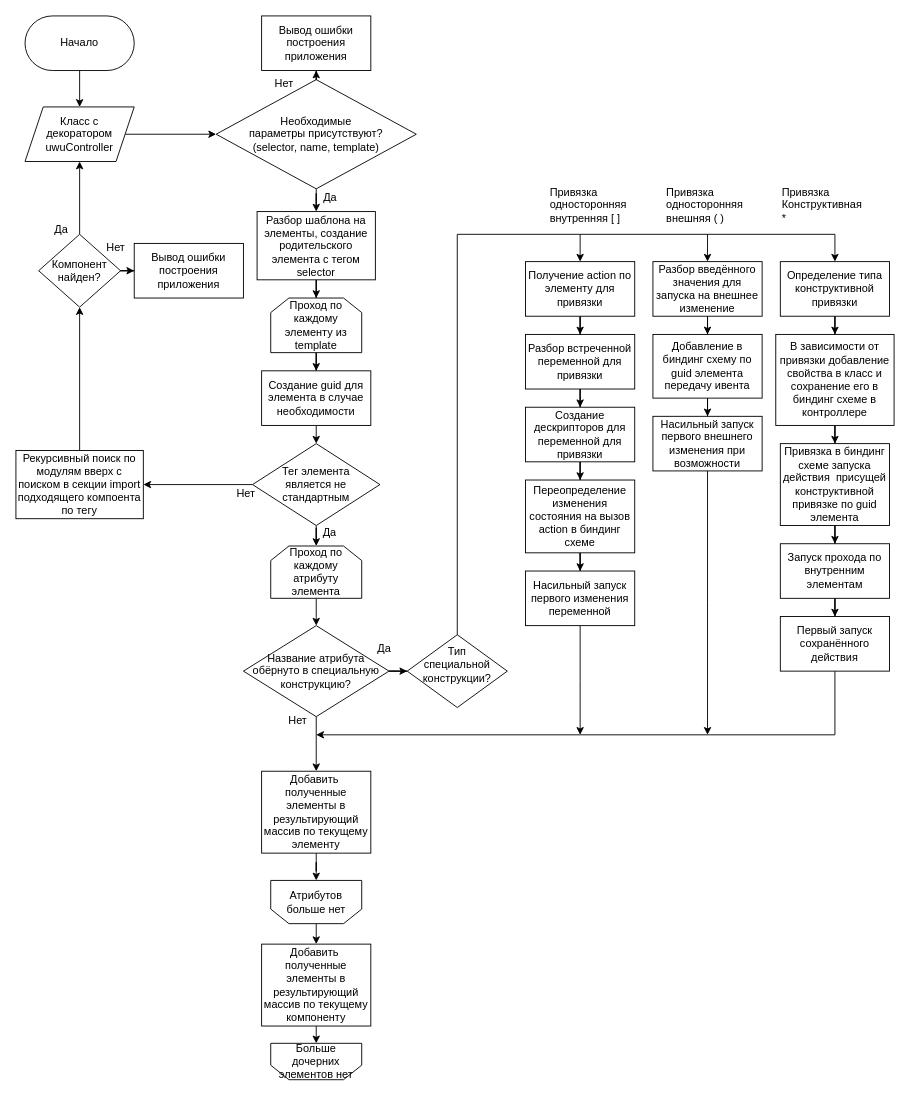
The draw.io diagram Untitled Diagram.drawio in Lykashonok/uwu, before the edit. Source tidied: cells renumbered, new cells numbered last; positions are measured from the earlier drawing's top-left corner, leaving out a move shared by most shapes. Both pictures are drawn from the tidied source at 91%, with x=0, y=0 at pixel (15, 15).
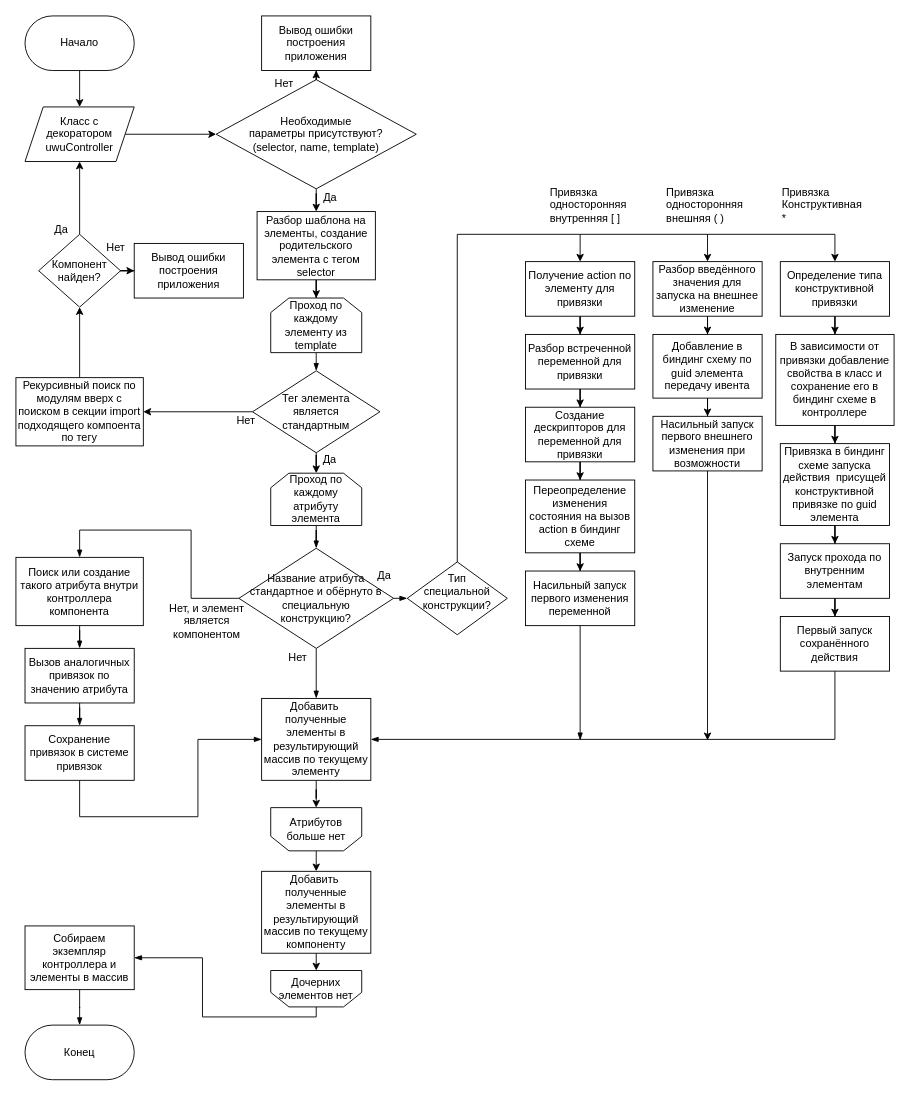
The same page after the edit.

Commit message:
Биндинг система на основе ангуляр.drawio

Unchanged cells that the change refers to:
```xml
<mxCell id="15" value="Проход по каждому элементу из template" style="shape=loopLimit;whiteSpace=wrap;html=1;" parent="1" vertex="1">
  <mxGeometry x="280" y="310" width="100" height="60" as="geometry" />
</mxCell>
<mxCell id="57" value="Первый запуск сохранённого действия" style="whiteSpace=wrap;html=1;rounded=0;" parent="1" vertex="1">
  <mxGeometry x="840" y="660" width="120" height="60" as="geometry" />
</mxCell>
<mxCell id="69" value="Насильный запуск первого изменения переменной" style="whiteSpace=wrap;html=1;rounded=0;" parent="1" vertex="1">
  <mxGeometry x="560" y="610" width="120" height="60" as="geometry" />
</mxCell>
<mxCell id="73" value="Насильный запуск первого внешнего изменения при возможности" style="whiteSpace=wrap;html=1;rounded=0;" parent="1" vertex="1">
  <mxGeometry x="700" y="440" width="120" height="60" as="geometry" />
</mxCell>
```

The edit, as a diff of the source:
```diff
@@
-    <mxCell id="14" style="edgeStyle=orthogonalEdgeStyle;rounded=0;jettySize=auto;html=1;entryX=0.5;entryY=0;entryDx=0;entryDy=0;" parent="1" edge="1" source="15" target="59">
-      <mxGeometry relative="1" as="geometry" />
-    </mxCell>
+    <mxCell id="79" style="edgeStyle=orthogonalEdgeStyle;curved=1;rounded=0;jettySize=auto;html=1;exitX=0.5;exitY=1;exitDx=0;exitDy=0;entryX=0.5;entryY=0;entryDx=0;entryDy=0;endArrow=blockThin;endFill=1;elbow=vertical;" parent="1" edge="1" source="15" target="18">
+      <mxGeometry relative="1" as="geometry" />
+    </mxCell>
@@
-    <mxCell id="18" value="&lt;div&gt;Тег элемента&lt;/div&gt;&lt;div&gt;является не стандартным&lt;/div&gt;" style="rhombus;whiteSpace=wrap;html=1;" parent="1" vertex="1">
-      <mxGeometry x="260" y="470" width="140" height="90" as="geometry" />
+    <mxCell id="18" value="&lt;div&gt;Тег элемента&lt;/div&gt;&lt;div&gt;является&lt;/div&gt;&lt;div&gt;стандартным&lt;/div&gt;" style="rhombus;whiteSpace=wrap;html=1;" parent="1" vertex="1">
+      <mxGeometry x="260" y="390" width="140" height="90" as="geometry" />
     </mxCell>
@@
     <mxCell id="20" value="Рекурсивный поиск по модулям вверх с поиском в секции import подходящего компоента по тегу" style="whiteSpace=wrap;html=1;" parent="1" vertex="1">
-      <mxGeometry y="477.5" width="140" height="75" as="geometry" />
+      <mxGeometry y="397.5" width="140" height="75" as="geometry" />
     </mxCell>
     <mxCell id="21" value="Да" style="text;html=1;strokeColor=none;fillColor=none;align=center;verticalAlign=middle;whiteSpace=wrap;rounded=0;" parent="1" vertex="1">
-      <mxGeometry x="315" y="552.5" width="60" height="30" as="geometry" />
+      <mxGeometry x="315" y="472.5" width="60" height="30" as="geometry" />
     </mxCell>
@@
     <mxCell id="28" value="Нет" style="text;html=1;strokeColor=none;fillColor=none;align=center;verticalAlign=middle;whiteSpace=wrap;rounded=0;" parent="1" vertex="1">
-      <mxGeometry x="223" y="510" width="60" height="30" as="geometry" />
+      <mxGeometry x="223" y="430" width="60" height="30" as="geometry" />
     </mxCell>
-    <mxCell id="29" style="edgeStyle=orthogonalEdgeStyle;rounded=0;jettySize=auto;html=1;" parent="1" edge="1" source="30">
-      <mxGeometry relative="1" as="geometry">
-        <mxPoint x="330" y="670" as="targetPoint" />
-      </mxGeometry>
-    </mxCell>
+    <mxCell id="80" style="edgeStyle=orthogonalEdgeStyle;rounded=0;jettySize=auto;html=1;entryX=0.5;entryY=0;entryDx=0;entryDy=0;endArrow=blockThin;endFill=1;elbow=vertical;" parent="1" edge="1" source="30" target="33">
+      <mxGeometry relative="1" as="geometry" />
+    </mxCell>
     <mxCell id="30" value="Проход по каждому атрибуту элемента" style="shape=loopLimit;whiteSpace=wrap;html=1;" parent="1" vertex="1">
-      <mxGeometry x="280" y="582.5" width="100" height="57.5" as="geometry" />
+      <mxGeometry x="280" y="502.5" width="100" height="57.5" as="geometry" />
     </mxCell>
+    <mxCell id="32" style="edgeStyle=orthogonalEdgeStyle;rounded=0;jettySize=auto;html=1;exitX=1;exitY=0.5;exitDx=0;exitDy=0;entryX=0;entryY=0.5;entryDx=0;entryDy=0;endArrow=blockThin;endFill=1;elbow=vertical;" parent="1" edge="1" source="33" target="39">
+      <mxGeometry relative="1" as="geometry" />
+    </mxCell>
-    <mxCell id="31" style="edgeStyle=orthogonalEdgeStyle;rounded=0;jettySize=auto;html=1;" parent="1" edge="1" source="33" target="35">
+    <mxCell id="31" style="edgeStyle=orthogonalEdgeStyle;rounded=0;jettySize=auto;html=1;entryX=0.5;entryY=0;entryDx=0;entryDy=0;endArrow=blockThin;endFill=1;elbow=vertical;" parent="1" edge="1" source="33" target="35">
       <mxGeometry relative="1" as="geometry" />
     </mxCell>
-    <mxCell id="32" style="edgeStyle=orthogonalEdgeStyle;rounded=0;jettySize=auto;html=1;" parent="1" edge="1" source="33" target="39">
-      <mxGeometry relative="1" as="geometry" />
-    </mxCell>
+    <mxCell id="81" style="edgeStyle=orthogonalEdgeStyle;rounded=0;jettySize=auto;html=1;entryX=0.5;entryY=0;entryDx=0;entryDy=0;endArrow=blockThin;endFill=1;elbow=vertical;" parent="1" edge="1" source="33" target="89">
+      <mxGeometry relative="1" as="geometry" />
+    </mxCell>
-    <mxCell id="33" value="Название атрибута обёрнуто в специальную конструкцию?" style="rhombus;whiteSpace=wrap;html=1;" parent="1" vertex="1">
-      <mxGeometry x="250" y="670" width="160" height="100" as="geometry" />
+    <mxCell id="33" value="&lt;div&gt;Название атрибута &lt;br&gt;&lt;/div&gt;&lt;div&gt;стандартное и обёрнуто в специальную&lt;/div&gt;&lt;div&gt;конструкцию?&lt;/div&gt;" style="rhombus;whiteSpace=wrap;html=1;" parent="1" vertex="1">
+      <mxGeometry x="245" y="585" width="170" height="110" as="geometry" />
     </mxCell>
@@
     <mxCell id="35" value="Добавить&amp;nbsp; полученные элементы в результирующий массив по текущему элементу" style="whiteSpace=wrap;html=1;" parent="1" vertex="1">
-      <mxGeometry x="270" y="830" width="120" height="90" as="geometry" />
+      <mxGeometry x="270" y="750" width="120" height="90" as="geometry" />
     </mxCell>
     <mxCell id="36" value="Нет" style="text;html=1;strokeColor=none;fillColor=none;align=center;verticalAlign=middle;whiteSpace=wrap;rounded=0;" parent="1" vertex="1">
-      <mxGeometry x="280" y="760" width="60" height="30" as="geometry" />
+      <mxGeometry x="280" y="690" width="60" height="30" as="geometry" />
     </mxCell>
     <mxCell id="37" value="Да" style="text;html=1;strokeColor=none;fillColor=none;align=center;verticalAlign=middle;whiteSpace=wrap;rounded=0;" parent="1" vertex="1">
-      <mxGeometry x="375" y="680" width="60" height="30" as="geometry" />
+      <mxGeometry x="375" y="600" width="60" height="30" as="geometry" />
     </mxCell>
@@
     <mxCell id="39" value="&lt;div&gt;Тип&lt;/div&gt;&lt;div&gt;специальной конструкции?&lt;/div&gt;&lt;div&gt;&lt;br&gt;&lt;/div&gt;" style="rhombus;whiteSpace=wrap;html=1;" parent="1" vertex="1">
-      <mxGeometry x="430" y="680" width="110" height="80" as="geometry" />
+      <mxGeometry x="430" y="600" width="110" height="80" as="geometry" />
     </mxCell>
@@
-    <mxCell id="56" style="edgeStyle=orthogonalEdgeStyle;rounded=0;jettySize=auto;html=1;" parent="1" edge="1" source="57">
-      <mxGeometry relative="1" as="geometry">
-        <mxPoint x="330" y="790" as="targetPoint" />
-        <Array as="points">
-          <mxPoint x="900" y="790" />
-        </Array>
-      </mxGeometry>
-    </mxCell>
+    <mxCell id="82" style="edgeStyle=orthogonalEdgeStyle;rounded=0;jettySize=auto;html=1;entryX=1;entryY=0.5;entryDx=0;entryDy=0;endArrow=blockThin;endFill=1;elbow=vertical;" parent="1" edge="1" source="57" target="35">
+      <mxGeometry relative="1" as="geometry">
+        <Array as="points">
+          <mxPoint x="900" y="795" />
+        </Array>
+      </mxGeometry>
+    </mxCell>
@@
-    <mxCell id="58" style="edgeStyle=orthogonalEdgeStyle;rounded=0;jettySize=auto;html=1;exitX=0.5;exitY=1;exitDx=0;exitDy=0;entryX=0.5;entryY=0;entryDx=0;entryDy=0;" parent="1" edge="1" source="59" target="18">
-      <mxGeometry relative="1" as="geometry" />
-    </mxCell>
-    <mxCell id="59" value="Создание guid для элемента в случае необходимости" style="rounded=0;whiteSpace=wrap;html=1;" parent="1" vertex="1">
-      <mxGeometry x="270" y="390" width="120" height="60" as="geometry" />
-    </mxCell>
@@
-    <mxCell id="68" style="edgeStyle=orthogonalEdgeStyle;rounded=0;jettySize=auto;html=1;" parent="1" edge="1" source="69">
-      <mxGeometry relative="1" as="geometry">
-        <mxPoint x="620" y="790" as="targetPoint" />
-      </mxGeometry>
-    </mxCell>
+    <mxCell id="83" style="edgeStyle=orthogonalEdgeStyle;rounded=0;orthogonalLoop=1;jettySize=auto;html=1;endArrow=blockThin;endFill=1;elbow=vertical;" parent="1" edge="1">
+      <mxGeometry relative="1" as="geometry">
+        <mxPoint x="620" y="666" as="sourcePoint" />
+        <mxPoint x="620" y="796" as="targetPoint" />
+      </mxGeometry>
+    </mxCell>
@@
-    <mxCell id="72" style="edgeStyle=orthogonalEdgeStyle;rounded=0;jettySize=auto;html=1;" parent="1" edge="1" source="73">
+    <mxCell id="72" style="edgeStyle=orthogonalEdgeStyle;rounded=0;orthogonalLoop=1;jettySize=auto;html=1;" parent="1" edge="1">
       <mxGeometry relative="1" as="geometry">
-        <mxPoint x="760" y="790" as="targetPoint" />
+        <mxPoint x="760" y="496" as="sourcePoint" />
+        <mxPoint x="760" y="796" as="targetPoint" />
       </mxGeometry>
     </mxCell>
@@
     <mxCell id="75" value="Атрибутов больше нет" style="shape=loopLimit;whiteSpace=wrap;html=1;direction=west;" parent="1" vertex="1">
-      <mxGeometry x="280" y="950" width="100" height="47.5" as="geometry" />
+      <mxGeometry x="280" y="870" width="100" height="47.5" as="geometry" />
     </mxCell>
@@
     <mxCell id="77" value="Добавить&amp;nbsp; полученные элементы в результирующий массив по текущему компоненту" style="whiteSpace=wrap;html=1;" parent="1" vertex="1">
-      <mxGeometry x="270" y="1020" width="120" height="90" as="geometry" />
+      <mxGeometry x="270" y="940" width="120" height="90" as="geometry" />
     </mxCell>
+    <mxCell id="84" style="edgeStyle=orthogonalEdgeStyle;rounded=0;jettySize=auto;html=1;entryX=1;entryY=0.5;entryDx=0;entryDy=0;endArrow=blockThin;endFill=1;elbow=vertical;" parent="1" edge="1" source="78" target="87">
+      <mxGeometry relative="1" as="geometry">
+        <Array as="points">
+          <mxPoint x="330" y="1100" />
+          <mxPoint x="205" y="1100" />
+          <mxPoint x="205" y="1035" />
+        </Array>
+      </mxGeometry>
+    </mxCell>
-    <mxCell id="78" value="Больше дочерних элементов нет" style="shape=loopLimit;whiteSpace=wrap;html=1;direction=west;" parent="1" vertex="1">
-      <mxGeometry x="280" y="1129" width="100" height="40" as="geometry" />
+    <mxCell id="78" value="Дочерних элементов нет" style="shape=loopLimit;whiteSpace=wrap;html=1;direction=west;" parent="1" vertex="1">
+      <mxGeometry x="280" y="1049" width="100" height="40" as="geometry" />
     </mxCell>
+    <mxCell id="85" value="Конец" style="rounded=1;whiteSpace=wrap;html=1;arcSize=50;" parent="1" vertex="1">
+      <mxGeometry x="10" y="1109" width="120" height="60" as="geometry" />
+    </mxCell>
+    <mxCell id="86" style="edgeStyle=orthogonalEdgeStyle;rounded=0;jettySize=auto;html=1;entryX=0.5;entryY=0;entryDx=0;entryDy=0;endArrow=blockThin;endFill=1;elbow=vertical;" parent="1" edge="1" source="87" target="85">
+      <mxGeometry relative="1" as="geometry" />
+    </mxCell>
+    <mxCell id="87" value="Собираем экземпляр контроллера и элементы в массив" style="whiteSpace=wrap;html=1;" parent="1" vertex="1">
+      <mxGeometry x="10" y="1000" width="120" height="70" as="geometry" />
+    </mxCell>
+    <mxCell id="88" style="edgeStyle=orthogonalEdgeStyle;rounded=0;jettySize=auto;html=1;endArrow=blockThin;endFill=1;elbow=vertical;" parent="1" edge="1" source="89" target="92">
+      <mxGeometry relative="1" as="geometry" />
+    </mxCell>
+    <mxCell id="89" value="Поиск или создание такого атрибута внутри контроллера компонента" style="whiteSpace=wrap;html=1;" parent="1" vertex="1">
+      <mxGeometry y="595" width="140" height="75" as="geometry" />
+    </mxCell>
+    <mxCell id="90" value="Нет, и элемент является компонентом" style="text;html=1;strokeColor=none;fillColor=none;align=center;verticalAlign=middle;whiteSpace=wrap;rounded=0;" parent="1" vertex="1">
+      <mxGeometry x="160" y="640" width="100" height="50" as="geometry" />
+    </mxCell>
+    <mxCell id="91" style="edgeStyle=orthogonalEdgeStyle;rounded=0;jettySize=auto;html=1;endArrow=blockThin;endFill=1;elbow=vertical;" parent="1" edge="1" source="92" target="94">
+      <mxGeometry relative="1" as="geometry" />
+    </mxCell>
+    <mxCell id="92" value="Вызов аналогичных привязок по значению атрибута" style="whiteSpace=wrap;html=1;" parent="1" vertex="1">
+      <mxGeometry x="10" y="695" width="120" height="60" as="geometry" />
+    </mxCell>
+    <mxCell id="93" style="edgeStyle=orthogonalEdgeStyle;rounded=0;jettySize=auto;html=1;entryX=0;entryY=0.5;entryDx=0;entryDy=0;endArrow=blockThin;endFill=1;elbow=vertical;" parent="1" edge="1" source="94" target="35">
+      <mxGeometry relative="1" as="geometry">
+        <Array as="points">
+          <mxPoint x="70" y="880" />
+          <mxPoint x="200" y="880" />
+          <mxPoint x="200" y="795" />
+        </Array>
+      </mxGeometry>
+    </mxCell>
+    <mxCell id="94" value="Сохранение привязок в системе привязок" style="whiteSpace=wrap;html=1;" parent="1" vertex="1">
+      <mxGeometry x="10" y="780" width="120" height="60" as="geometry" />
+    </mxCell>
```
